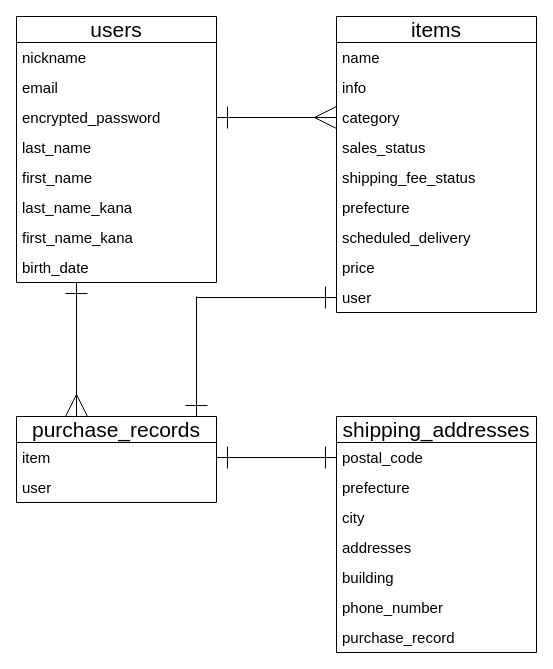
Above: test.dio in Tsuchinoko9/furima-39548 (draw.io), before the change. Source tidied: cells renumbered, new cells numbered last; positions are measured from the earlier drawing's top-left corner, leaving out a move shared by most shapes. Both pictures are drawn from the tidied source at 100%, with x=0, y=0 at pixel (16, 16).
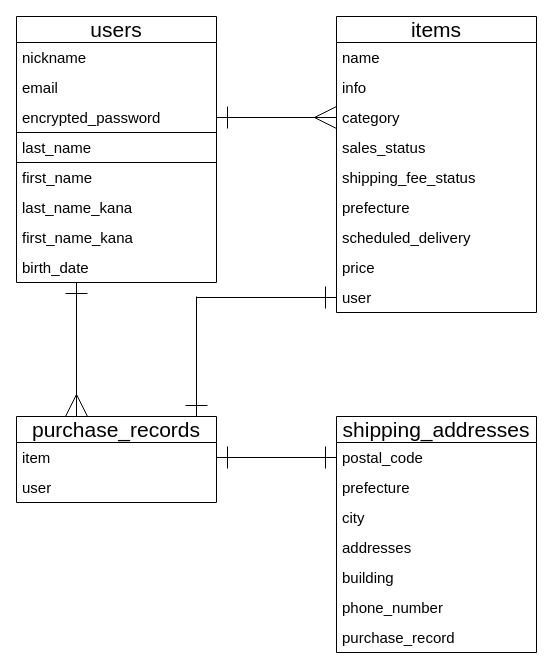
After the change.

Unchanged cells that the change refers to:
```xml
<mxCell id="2" value="users" style="swimlane;fontStyle=0;horizontal=1;startSize=26;align=center;fontSize=21;verticalAlign=bottom;" parent="1" vertex="1">
  <mxGeometry width="200" height="266" as="geometry" />
</mxCell>
```

The edit, as a diff of the source:
```diff
@@
-    <mxCell id="6" value="last_name" style="text;strokeColor=none;fillColor=none;spacingLeft=4;spacingRight=4;overflow=hidden;fontSize=15;" parent="2" vertex="1">
+    <mxCell id="6" value="last_name" style="text;strokeColor=default;fillColor=none;spacingLeft=4;spacingRight=4;overflow=hidden;fontSize=15;" parent="2" vertex="1">
       <mxGeometry y="116" width="200" height="30" as="geometry" />
     </mxCell>
```
